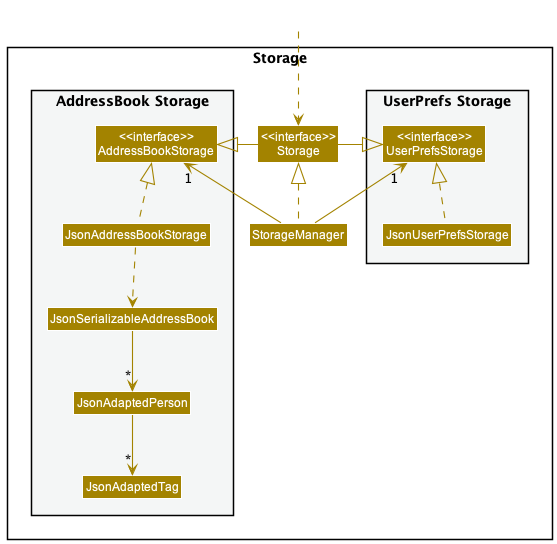
Before: docs/images/StorageClassDiagram.png, a diagram exported from PlantUML (nus-cs2103-AY2223S2/tp). Its diagram source:
```plantuml
@startuml
!include style.puml
skinparam arrowThickness 1.1
skinparam arrowColor STORAGE_COLOR
skinparam classBackgroundColor STORAGE_COLOR

package Storage{

package "UserPrefs Storage" #F4F6F6{
Class "<<interface>>\nUserPrefsStorage" as UserPrefsStorage
Class JsonUserPrefsStorage
}

Class "<<interface>>\nStorage" as Storage
Class StorageManager

package "AddressBook Storage" #F4F6F6{
Class "<<interface>>\nAddressBookStorage" as AddressBookStorage
Class JsonAddressBookStorage
Class JsonSerializableAddressBook
Class JsonAdaptedPerson
Class JsonAdaptedTag
}

}

Class HiddenOutside #FFFFFF
HiddenOutside ..> Storage

StorageManager .up.|> Storage
StorageManager -up-> "1" UserPrefsStorage
StorageManager -up-> "1" AddressBookStorage

Storage -left-|> UserPrefsStorage
Storage -right-|> AddressBookStorage

JsonUserPrefsStorage .up.|> UserPrefsStorage
JsonAddressBookStorage .up.|> AddressBookStorage
JsonAddressBookStorage ..> JsonSerializableAddressBook
JsonSerializableAddressBook --> "*" JsonAdaptedPerson
JsonAdaptedPerson --> "*" JsonAdaptedTag

@enduml
```
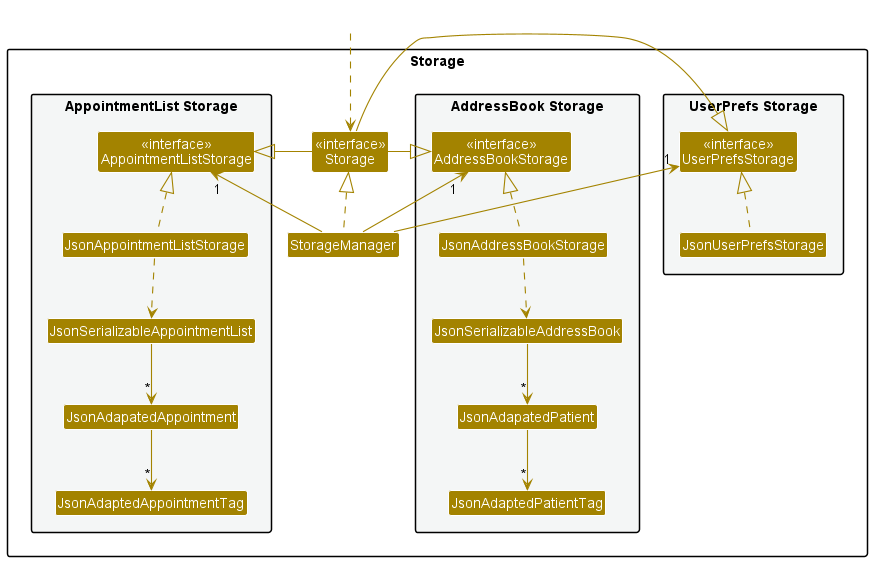
Above is the later version.

Commit message:
Add find command to DG, update model and storage diagrams

The edit, as a diff of the source:
```diff
@@ -11,33 +11,48 @@
 Class JsonUserPrefsStorage
 }
 
-Class "<<interface>>\nStorage" as Storage
+Class "<<interface>>\nStorage" as iStorage
 Class StorageManager
 
 package "AddressBook Storage" #F4F6F6{
 Class "<<interface>>\nAddressBookStorage" as AddressBookStorage
 Class JsonAddressBookStorage
 Class JsonSerializableAddressBook
-Class JsonAdaptedPerson
-Class JsonAdaptedTag
+Class JsonAdapatedPatient
+Class JsonAdaptedPatientTag
+}
+
+package "AppointmentList Storage" #F4F6F6{
+Class "<<interface>>\nAppointmentListStorage" as AppointmentListStorage
+Class JsonAppointmentListStorage
+Class JsonSerializableAppointmentList
+Class JsonAdapatedAppointment
+Class JsonAdaptedAppointmentTag
 }
 
 }
 
 Class HiddenOutside #FFFFFF
-HiddenOutside ..> Storage
+HiddenOutside ..> iStorage
 
-StorageManager .up.|> Storage
+StorageManager .up.|> iStorage
 StorageManager -up-> "1" UserPrefsStorage
 StorageManager -up-> "1" AddressBookStorage
+StorageManager -up-> "1" AppointmentListStorage
 
-Storage -left-|> UserPrefsStorage
-Storage -right-|> AddressBookStorage
+iStorage -left-|> UserPrefsStorage
+iStorage -right-|> AddressBookStorage
+iStorage -right-|> AppointmentListStorage
 
 JsonUserPrefsStorage .up.|> UserPrefsStorage
 JsonAddressBookStorage .up.|> AddressBookStorage
 JsonAddressBookStorage ..> JsonSerializableAddressBook
-JsonSerializableAddressBook --> "*" JsonAdaptedPerson
-JsonAdaptedPerson --> "*" JsonAdaptedTag
+JsonSerializableAddressBook --> "*" JsonAdapatedPatient
+JsonAdapatedPatient --> "*" JsonAdaptedPatientTag
+
+JsonAppointmentListStorage .up.|> AppointmentListStorage
+JsonAppointmentListStorage ..> JsonSerializableAppointmentList
+JsonSerializableAppointmentList --> "*" JsonAdapatedAppointment
+JsonAdapatedAppointment --> "*" JsonAdaptedAppointmentTag
 
 @enduml
```
